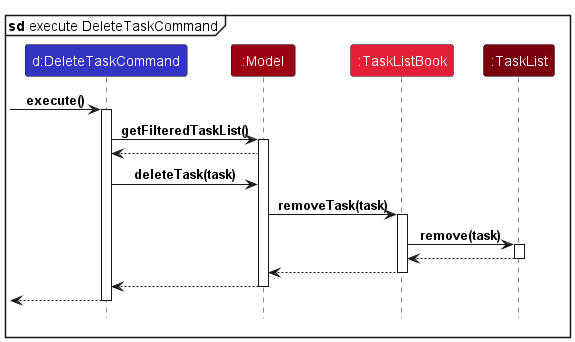
Before: docs/images/DeleteTaskSequenceDiagram.png, a diagram exported from PlantUML (raydenlim/tp).
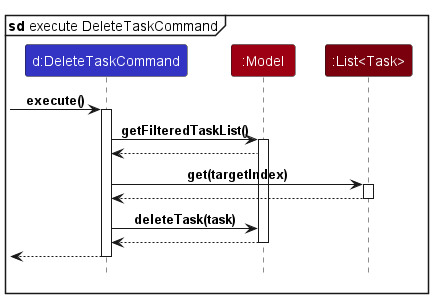
After the change.

The edit, as a diff of the source:
```diff
@@ -7,9 +7,7 @@
 
 participant ":Model" as Model MODEL_COLOR
 
-participant ":TaskListBook" as TaskListBook MODEL_COLOR_T2
-
-participant ":TaskList" as TaskList MODEL_COLOR_T3
+participant ":List<Task>" as TaskList MODEL_COLOR_T3
 
 [-> DeleteTaskCommand : execute()
 activate DeleteTaskCommand
@@ -19,19 +17,13 @@
 
 Model --> DeleteTaskCommand
 
-DeleteTaskCommand -> Model : deleteTask(task)
-
-Model -> TaskListBook : removeTask(task)
-activate TaskListBook
-
-TaskListBook -> TaskList : remove(task)
+DeleteTaskCommand -> TaskList : get(targetIndex)
 activate TaskList
 
-TaskList --> TaskListBook
+TaskList --> DeleteTaskCommand
 deactivate TaskList
 
-TaskListBook ---> Model
-deactivate TaskListBook
+DeleteTaskCommand -> Model : deleteTask(task)
 
 Model --> DeleteTaskCommand
 deactivate Model
```
